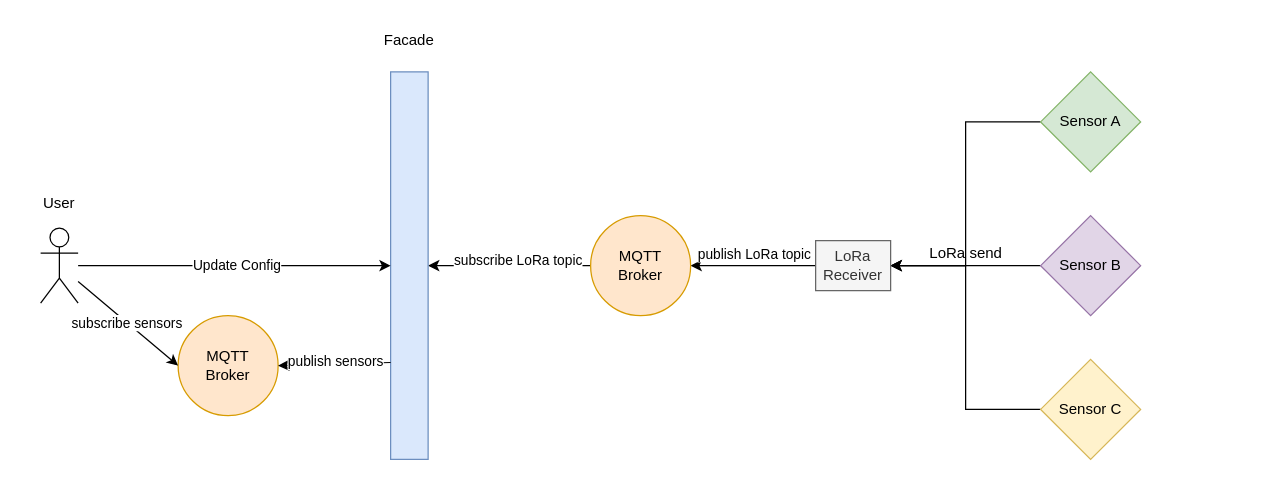
Sners03/Bachelor-thesis-data-synchronizing-facade keeps this draw.io diagram as docs/diagramms/drawio/General_Architecture_alternative.drawio. Above is the earlier version. Source tidied: cells renumbered, new cells numbered last; positions are measured from the earlier drawing's top-left corner, leaving out a move shared by most shapes. Both pictures are drawn from the tidied source at 125%, with x=0, y=0 at pixel (21, 21).
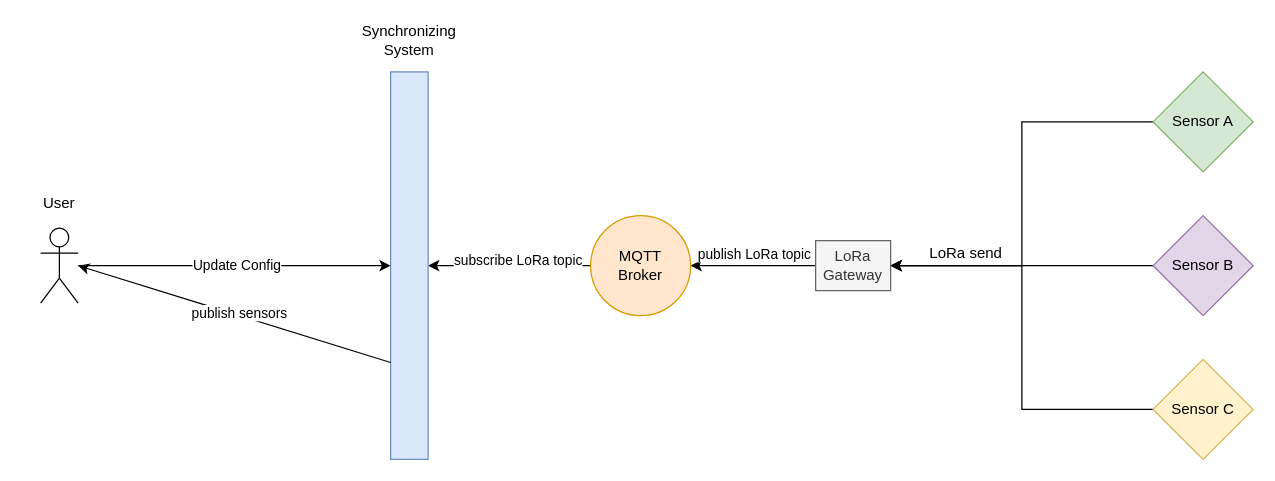
After the change.

The change refers to these unchanged cells:
```xml
<mxCell id="3" value="&lt;div&gt;&lt;br&gt;&lt;/div&gt;" style="shape=umlActor;verticalLabelPosition=bottom;verticalAlign=top;html=1;outlineConnect=0;" parent="1" vertex="1">
  <mxGeometry x="15" y="165" width="30" height="60" as="geometry" />
</mxCell>
<mxCell id="6" style="rounded=0;whiteSpace=wrap;html=1;fillColor=#dae8fc;strokeColor=#6c8ebf;" parent="1" vertex="1">
  <mxGeometry x="295" y="40" width="30" height="310" as="geometry" />
</mxCell>
```

The edit, as a diff of the source:
```diff
@@
-    <mxCell id="2" value="MQTT&lt;br&gt;Broker" style="ellipse;whiteSpace=wrap;html=1;fillColor=#ffe6cc;strokeColor=#d79b00;" parent="1" vertex="1">
-      <mxGeometry x="125" y="235" width="80" height="80" as="geometry" />
-    </mxCell>
@@
-    <mxCell id="7" value="Facade" style="text;html=1;align=center;verticalAlign=middle;whiteSpace=wrap;rounded=0;" parent="1" vertex="1">
+    <mxCell id="7" value="Synchronizing System" style="text;html=1;align=center;verticalAlign=middle;whiteSpace=wrap;rounded=0;" parent="1" vertex="1">
       <mxGeometry x="280" width="60" height="30" as="geometry" />
     </mxCell>
@@
-    <mxCell id="10" style="endArrow=classic;html=1;rounded=0;exitX=0;exitY=0.75;exitDx=0;exitDy=0;entryX=1;entryY=0.5;entryDx=0;entryDy=0;" parent="1" edge="1" source="6" target="2">
-      <mxGeometry relative="1" as="geometry" />
+    <mxCell id="10" style="endArrow=classic;html=1;rounded=0;exitX=0;exitY=0.75;exitDx=0;exitDy=0;" parent="1" edge="1" source="6">
+      <mxGeometry relative="1" as="geometry">
+        <mxPoint x="45" y="195" as="targetPoint" />
+      </mxGeometry>
     </mxCell>
@@
-    <mxCell id="13" style="endArrow=none;html=1;rounded=0;exitX=0;exitY=0.5;exitDx=0;exitDy=0;startArrow=classic;startFill=1;endFill=0;" parent="1" edge="1" source="2" target="3">
-      <mxGeometry relative="1" as="geometry" />
-    </mxCell>
-    <mxCell id="14" value="subscribe sensors" style="edgeLabel;html=1;align=center;verticalAlign=middle;" parent="13" vertex="1">
-      <mxGeometry x="0.04" relative="1" as="geometry" />
-    </mxCell>
@@
     <mxCell id="16" value="Sensor A" style="rhombus;whiteSpace=wrap;html=1;fillColor=#d5e8d4;strokeColor=#82b366;" parent="1" vertex="1">
-      <mxGeometry x="815" y="40" width="80" height="80" as="geometry" />
+      <mxGeometry x="905" y="40" width="80" height="80" as="geometry" />
     </mxCell>
@@
     <mxCell id="18" value="Sensor B" style="rhombus;whiteSpace=wrap;html=1;fillColor=#e1d5e7;strokeColor=#9673a6;" parent="1" vertex="1">
-      <mxGeometry x="815" y="155" width="80" height="80" as="geometry" />
+      <mxGeometry x="905" y="155" width="80" height="80" as="geometry" />
     </mxCell>
@@
     <mxCell id="20" value="Sensor C" style="rhombus;whiteSpace=wrap;html=1;fillColor=#fff2cc;strokeColor=#d6b656;" parent="1" vertex="1">
-      <mxGeometry x="815" y="270" width="80" height="80" as="geometry" />
+      <mxGeometry x="905" y="270" width="80" height="80" as="geometry" />
     </mxCell>
@@
-    <mxCell id="24" value="LoRa Receiver" style="rounded=0;whiteSpace=wrap;html=1;fillColor=#f5f5f5;fontColor=#333333;strokeColor=#666666;" parent="1" vertex="1">
+    <mxCell id="24" value="LoRa Gateway" style="rounded=0;whiteSpace=wrap;html=1;fillColor=#f5f5f5;fontColor=#333333;strokeColor=#666666;" parent="1" vertex="1">
       <mxGeometry x="635" y="175" width="60" height="40" as="geometry" />
     </mxCell>
```
